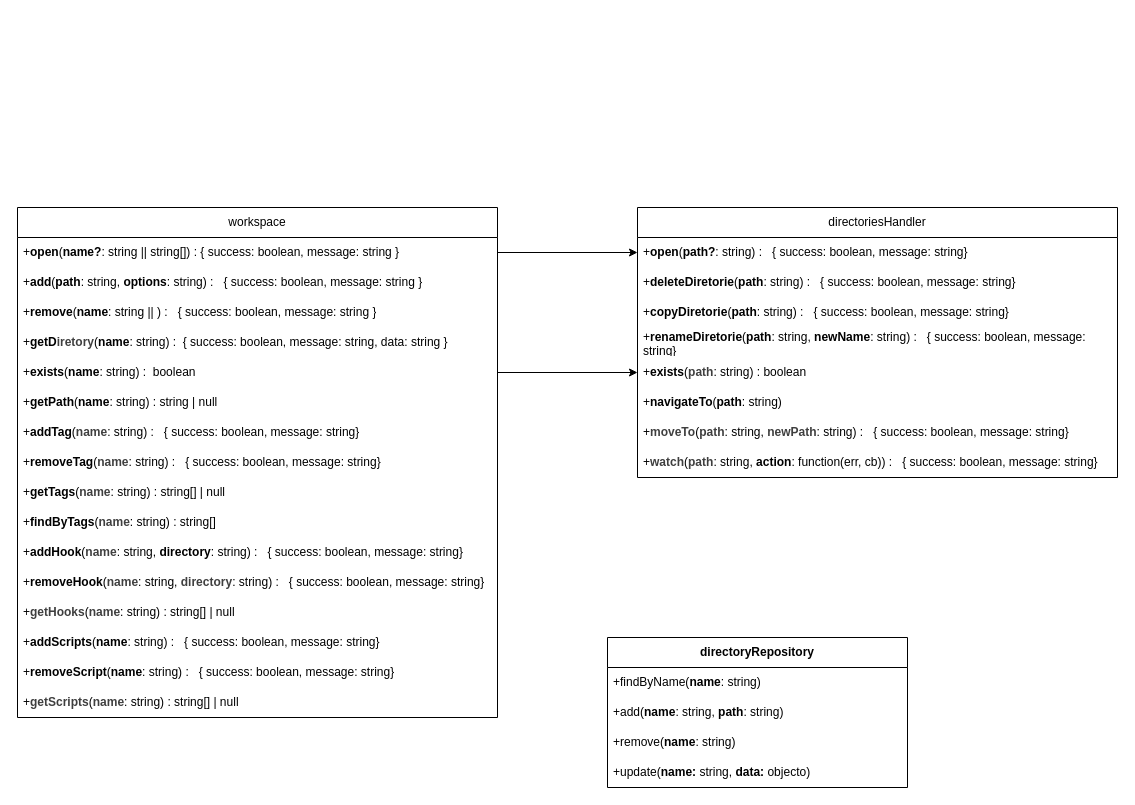
LucasTrino/pjt keeps this draw.io diagram as docs/draws.dio. Above is the earlier version. Source tidied: cells renumbered, new cells numbered last; positions are measured from the earlier drawing's top-left corner, leaving out a move shared by most shapes. Both pictures are drawn from the tidied source at 100%, with x=0, y=0 at pixel (17, 207).
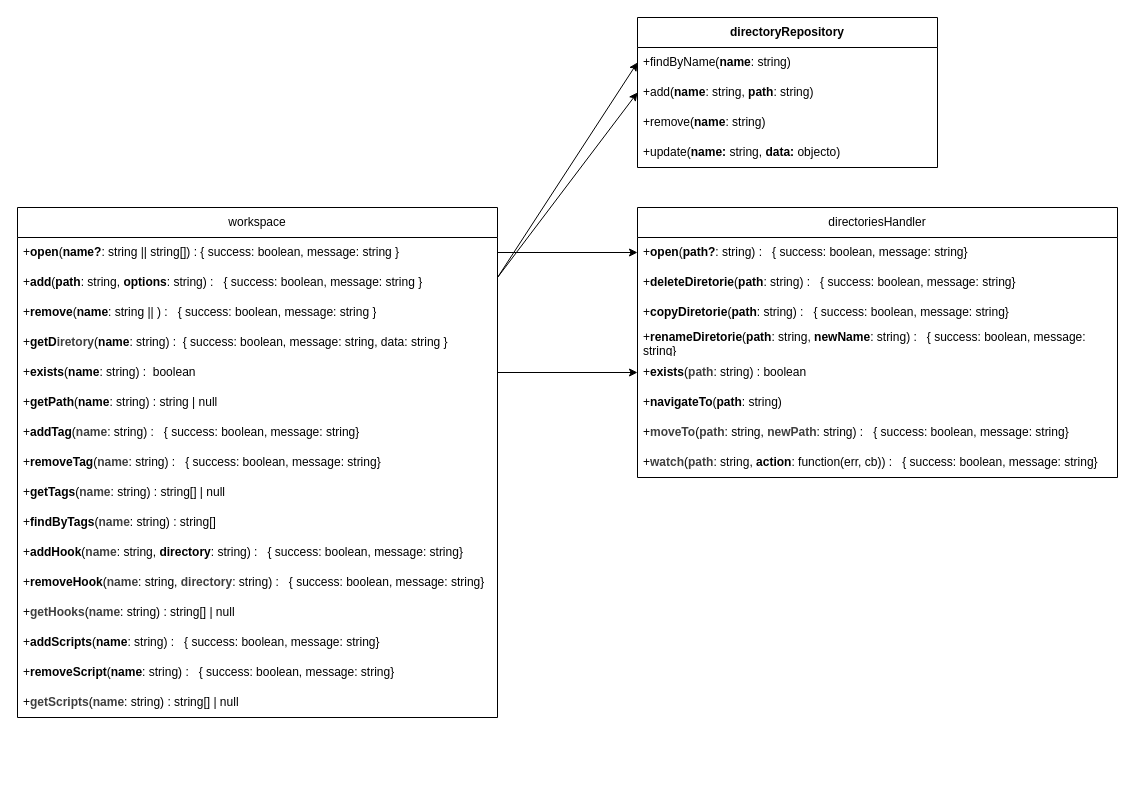
After the change.

Commit message (it also covers changes not shown here):
refactor: add README.md for directory management overview; update draws.dio with adjusted diagram dimensions and new repository methods

Unchanged cells that the change refers to:
```xml
<mxCell id="4" value="+&lt;b&gt;add&lt;/b&gt;(&lt;b&gt;path&lt;/b&gt;: string, &lt;b&gt;options&lt;/b&gt;: string) :&amp;nbsp;&lt;span style=&quot;color: rgb(0, 0, 0);&quot;&gt;&amp;nbsp; { success: boolean, message: string }&lt;/span&gt;" style="text;strokeColor=none;fillColor=none;align=left;verticalAlign=middle;spacingLeft=4;spacingRight=4;overflow=hidden;points=[[0,0.5],[1,0.5]];portConstraint=eastwest;whiteSpace=wrap;html=1;" parent="2" vertex="1">
  <mxGeometry y="60" width="480" height="30" as="geometry" />
</mxCell>
<mxCell id="31" value="+findByName(&lt;b&gt;name&lt;/b&gt;: string)" style="text;strokeColor=none;fillColor=none;align=left;verticalAlign=middle;spacingLeft=4;spacingRight=4;overflow=hidden;points=[[0,0.5],[1,0.5]];portConstraint=eastwest;whiteSpace=wrap;html=1;" parent="30" vertex="1">
  <mxGeometry y="30" width="300" height="30" as="geometry" />
</mxCell>
<mxCell id="32" value="&lt;span style=&quot;color: rgb(0, 0, 0);&quot;&gt;+add(&lt;b&gt;name&lt;/b&gt;: string, &lt;b&gt;path&lt;/b&gt;: string)&lt;/span&gt;" style="text;strokeColor=none;fillColor=none;align=left;verticalAlign=middle;spacingLeft=4;spacingRight=4;overflow=hidden;points=[[0,0.5],[1,0.5]];portConstraint=eastwest;whiteSpace=wrap;html=1;" parent="30" vertex="1">
  <mxGeometry y="60" width="300" height="30" as="geometry" />
</mxCell>
```

The edit, as a diff of the source:
```diff
@@
     <mxCell id="30" value="&lt;b&gt;directoryRepository&lt;/b&gt;" style="swimlane;fontStyle=0;horizontal=1;startSize=30;whiteSpace=wrap;html=1;" parent="1" vertex="1">
-      <mxGeometry x="590" y="430" width="300" height="150" as="geometry" />
+      <mxGeometry x="620" y="-190" width="300" height="150" as="geometry" />
     </mxCell>
@@
+    <mxCell id="35" style="edgeStyle=none;html=1;entryX=0;entryY=0.5;entryDx=0;entryDy=0;" parent="1" edge="1" source="4" target="32">
+      <mxGeometry relative="1" as="geometry">
+        <Array as="points">
+          <mxPoint x="480" y="70" />
+        </Array>
+      </mxGeometry>
+    </mxCell>
+    <mxCell id="36" style="edgeStyle=none;html=1;entryX=0;entryY=0.5;entryDx=0;entryDy=0;" parent="1" edge="1" source="4" target="31">
+      <mxGeometry relative="1" as="geometry">
+        <Array as="points">
+          <mxPoint x="480" y="70" />
+        </Array>
+      </mxGeometry>
+    </mxCell>
```
